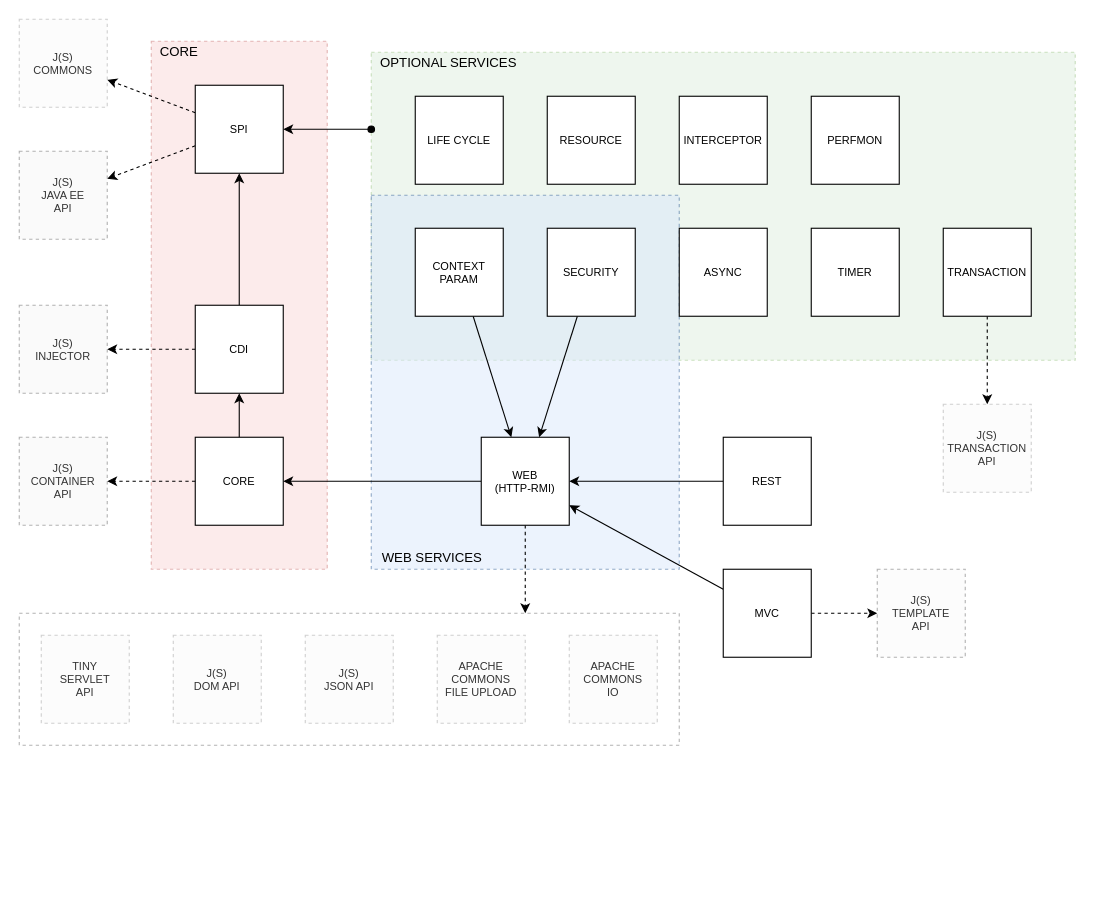
js-lib-com/tiny-container keeps this draw.io diagram as page "Container Architecture" (5 of 14) of docs/container.drawio. Above is the earlier version. Source tidied: cells renumbered, new cells numbered last; positions are measured from the earlier drawing's top-left corner, leaving out a move shared by most shapes. Both pictures are drawn from the tidied source at 110%, with x=0, y=0 at pixel (19, 19).
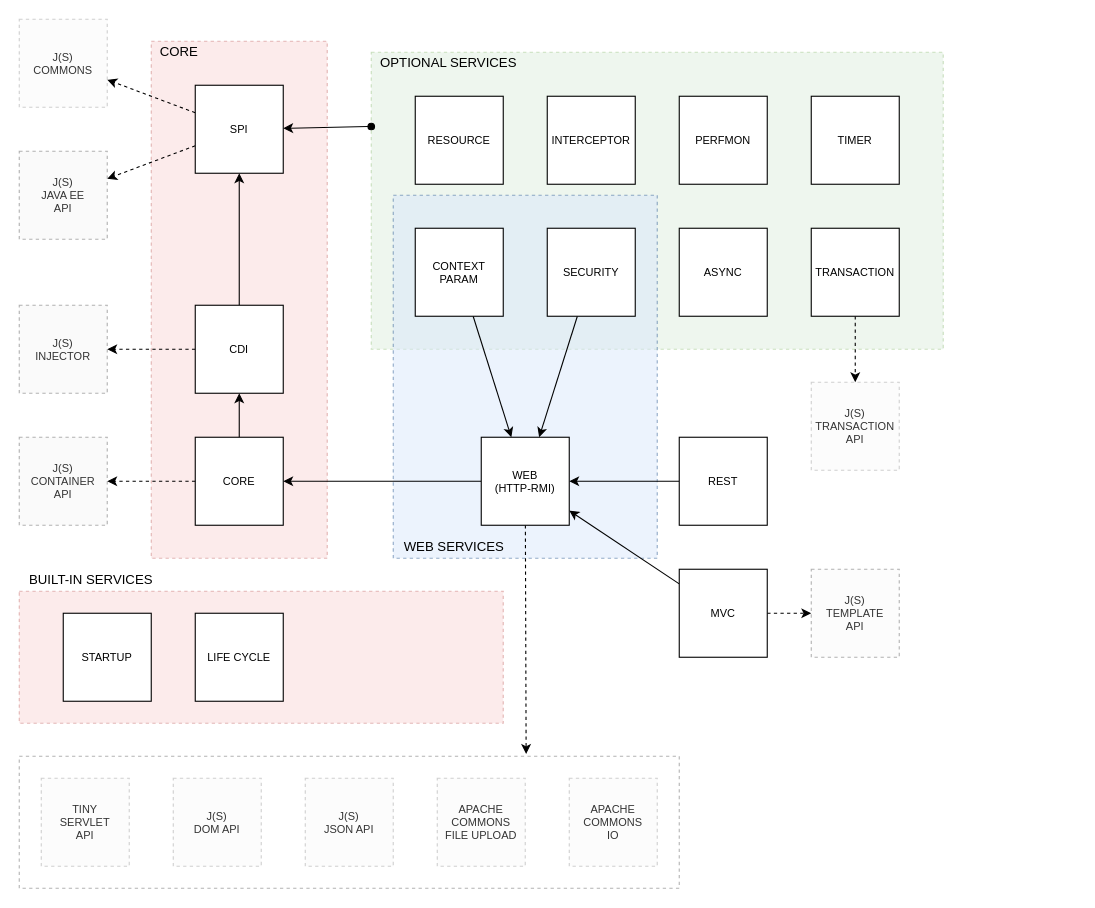
After the change.

The change refers to these unchanged cells:
```xml
<mxCell id="31" value="WEB&lt;br&gt;(HTTP-RMI)" style="whiteSpace=wrap;html=1;fontSize=10;" parent="1" vertex="1">
  <mxGeometry x="420" y="380" width="80" height="80" as="geometry" />
</mxCell>
```

Change to the diagram source:
```diff
@@
+    <mxCell id="50" style="rounded=0;whiteSpace=wrap;html=1;opacity=40;dashed=1;fillColor=#f8cecc;strokeColor=#b85450;" parent="1" vertex="1">
+      <mxGeometry y="520" width="440" height="120" as="geometry" />
+    </mxCell>
     <mxCell id="2" style="rounded=0;whiteSpace=wrap;html=1;fontSize=10;opacity=40;fillColor=#d5e8d4;strokeColor=#82b366;dashed=1;" parent="1" vertex="1">
-      <mxGeometry x="320" y="30" width="640" height="280" as="geometry" />
+      <mxGeometry x="320" y="30" width="520" height="270" as="geometry" />
     </mxCell>
     <mxCell id="3" style="rounded=0;whiteSpace=wrap;html=1;fontSize=12;opacity=30;dashed=1;" parent="1" vertex="1">
-      <mxGeometry y="540" width="600" height="120" as="geometry" />
+      <mxGeometry y="670" width="600" height="120" as="geometry" />
     </mxCell>
     <mxCell id="4" style="rounded=0;whiteSpace=wrap;html=1;fontSize=12;opacity=50;fillColor=#dae8fc;strokeColor=#2C5B91;dashed=1;" parent="1" vertex="1">
-      <mxGeometry x="320" y="160" width="280" height="340" as="geometry" />
+      <mxGeometry x="340" y="160" width="240" height="330" as="geometry" />
     </mxCell>
     <mxCell id="5" style="rounded=0;whiteSpace=wrap;html=1;fontSize=10;opacity=40;fillColor=#f8cecc;strokeColor=#b85450;dashed=1;" parent="1" vertex="1">
-      <mxGeometry x="120" y="20" width="160" height="480" as="geometry" />
+      <mxGeometry x="120" y="20" width="160" height="470" as="geometry" />
     </mxCell>
@@
     <mxCell id="15" value="INTERCEPTOR" style="whiteSpace=wrap;html=1;fontSize=10;" parent="1" vertex="1">
-      <mxGeometry x="600" y="70" width="80" height="80" as="geometry" />
+      <mxGeometry x="480" y="70" width="80" height="80" as="geometry" />
     </mxCell>
@@
     <mxCell id="18" value="MVC" style="whiteSpace=wrap;html=1;fontSize=10;" parent="1" vertex="1">
-      <mxGeometry x="640" y="500" width="80" height="80" as="geometry" />
+      <mxGeometry x="600" y="500" width="80" height="80" as="geometry" />
     </mxCell>
     <mxCell id="19" value="PERFMON" style="whiteSpace=wrap;html=1;fontSize=10;" parent="1" vertex="1">
-      <mxGeometry x="720" y="70" width="80" height="80" as="geometry" />
+      <mxGeometry x="600" y="70" width="80" height="80" as="geometry" />
     </mxCell>
@@
     <mxCell id="21" value="REST" style="whiteSpace=wrap;html=1;fontSize=10;" parent="1" vertex="1">
-      <mxGeometry x="640" y="380" width="80" height="80" as="geometry" />
+      <mxGeometry x="600" y="380" width="80" height="80" as="geometry" />
     </mxCell>
@@
     <mxCell id="26" value="TIMER" style="whiteSpace=wrap;html=1;fontSize=10;" parent="1" vertex="1">
-      <mxGeometry x="720" y="190" width="80" height="80" as="geometry" />
+      <mxGeometry x="720" y="70" width="80" height="80" as="geometry" />
     </mxCell>
@@
     <mxCell id="28" value="TRANSACTION" style="whiteSpace=wrap;html=1;fontSize=10;" parent="1" vertex="1">
-      <mxGeometry x="840" y="190" width="80" height="80" as="geometry" />
+      <mxGeometry x="720" y="190" width="80" height="80" as="geometry" />
     </mxCell>
@@
-    <mxCell id="30" style="edgeStyle=none;rounded=0;jettySize=auto;html=1;fontSize=10;startArrow=none;startFill=0;dashed=1;" parent="1" edge="1" source="31">
-      <mxGeometry relative="1" as="geometry">
-        <mxPoint x="460" y="540" as="targetPoint" />
-      </mxGeometry>
+    <mxCell id="30" style="edgeStyle=none;rounded=0;jettySize=auto;html=1;fontSize=10;startArrow=none;startFill=0;dashed=1;entryX=0.768;entryY=-0.017;entryDx=0;entryDy=0;entryPerimeter=0;" parent="1" edge="1" source="31" target="3">
+      <mxGeometry relative="1" as="geometry" />
     </mxCell>
@@
     <mxCell id="34" value="J(S)&lt;br&gt;TRANSACTION&lt;br&gt;API" style="whiteSpace=wrap;html=1;fontSize=10;opacity=30;fillColor=#f5f5f5;strokeColor=#666666;fontColor=#333333;dashed=1;" parent="1" vertex="1">
-      <mxGeometry x="840" y="350" width="80" height="80" as="geometry" />
+      <mxGeometry x="720" y="330" width="80" height="80" as="geometry" />
     </mxCell>
@@
     <mxCell id="36" value="WEB SERVICES" style="text;html=1;align=center;verticalAlign=middle;strokeColor=none;fillColor=none;fontSize=12;" parent="1" vertex="1">
-      <mxGeometry x="320" y="480" width="110" height="20" as="geometry" />
+      <mxGeometry x="340" y="470" width="110" height="20" as="geometry" />
     </mxCell>
@@
     <mxCell id="39" value="APACHE&lt;br&gt;COMMONS&lt;br&gt;FILE UPLOAD" style="whiteSpace=wrap;html=1;fontSize=10;opacity=30;fillColor=#f5f5f5;strokeColor=#666666;fontColor=#333333;dashed=1;" parent="1" vertex="1">
-      <mxGeometry x="380" y="560" width="80" height="80" as="geometry" />
+      <mxGeometry x="380" y="690" width="80" height="80" as="geometry" />
     </mxCell>
     <mxCell id="40" value="J(S)&lt;br&gt;TEMPLATE&lt;br&gt;API" style="whiteSpace=wrap;html=1;fontSize=10;opacity=30;fillColor=#f5f5f5;strokeColor=#000000;fontColor=#333333;dashed=1;" parent="1" vertex="1">
-      <mxGeometry x="780" y="500" width="80" height="80" as="geometry" />
+      <mxGeometry x="720" y="500" width="80" height="80" as="geometry" />
     </mxCell>
     <mxCell id="41" value="TINY &lt;br&gt;SERVLET&lt;br&gt;API" style="whiteSpace=wrap;html=1;fontSize=10;opacity=30;fillColor=#f5f5f5;strokeColor=#666666;fontColor=#333333;dashed=1;" parent="1" vertex="1">
-      <mxGeometry x="20" y="560" width="80" height="80" as="geometry" />
+      <mxGeometry x="20" y="690" width="80" height="80" as="geometry" />
     </mxCell>
     <mxCell id="42" value="J(S)&lt;br&gt;DOM API" style="whiteSpace=wrap;html=1;fontSize=10;opacity=30;fillColor=#f5f5f5;strokeColor=#666666;fontColor=#333333;dashed=1;" parent="1" vertex="1">
-      <mxGeometry x="140" y="560" width="80" height="80" as="geometry" />
+      <mxGeometry x="140" y="690" width="80" height="80" as="geometry" />
     </mxCell>
     <mxCell id="43" value="J(S)&lt;br&gt;JSON API" style="whiteSpace=wrap;html=1;fontSize=10;opacity=30;fillColor=#f5f5f5;strokeColor=#666666;fontColor=#333333;dashed=1;" parent="1" vertex="1">
-      <mxGeometry x="260" y="560" width="80" height="80" as="geometry" />
+      <mxGeometry x="260" y="690" width="80" height="80" as="geometry" />
     </mxCell>
@@
     <mxCell id="45" value="APACHE&lt;br&gt;COMMONS&lt;br&gt;IO" style="whiteSpace=wrap;html=1;fontSize=10;fillColor=#f5f5f5;strokeColor=#666666;fontColor=#333333;opacity=30;dashed=1;" parent="1" vertex="1">
-      <mxGeometry x="500" y="560" width="80" height="80" as="geometry" />
+      <mxGeometry x="500" y="690" width="80" height="80" as="geometry" />
     </mxCell>
     <mxCell id="46" value="RESOURCE" style="whiteSpace=wrap;html=1;fontSize=10;" parent="1" vertex="1">
-      <mxGeometry x="480" y="70" width="80" height="80" as="geometry" />
+      <mxGeometry x="360" y="70" width="80" height="80" as="geometry" />
     </mxCell>
     <mxCell id="47" value="LIFE CYCLE" style="whiteSpace=wrap;html=1;fontSize=10;" parent="1" vertex="1">
-      <mxGeometry x="360" y="70" width="80" height="80" as="geometry" />
+      <mxGeometry x="160" y="540" width="80" height="80" as="geometry" />
     </mxCell>
@@
+    <mxCell id="51" value="STARTUP" style="whiteSpace=wrap;html=1;fontSize=10;" parent="1" vertex="1">
+      <mxGeometry x="40" y="540" width="80" height="80" as="geometry" />
+    </mxCell>
+    <mxCell id="52" value="BUILT-IN SERVICES" style="text;html=1;align=center;verticalAlign=middle;strokeColor=none;fillColor=none;" parent="1" vertex="1">
+      <mxGeometry y="500" width="130" height="20" as="geometry" />
+    </mxCell>
```
